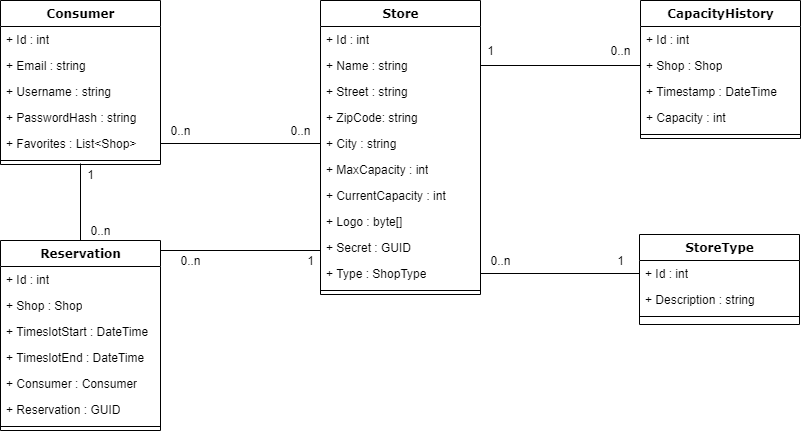
The draw.io diagram images/domain-model.png in seinol/capwatch-documentation, before a commit. Source tidied: cells renumbered, new cells last; positions are measured from the earlier drawing's top-left corner, leaving out a move shared by most shapes.
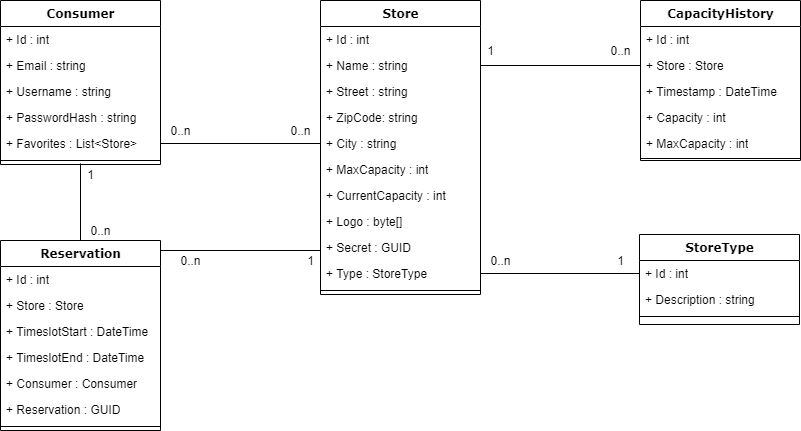
Later version of the same file.

Diff of the diagram source:
```diff
@@ -32,7 +32,7 @@
     <mxCell id="11" value="+ Secret : GUID" style="text;html=1;strokeColor=none;fillColor=none;align=left;verticalAlign=top;spacingLeft=4;spacingRight=4;whiteSpace=wrap;overflow=hidden;" parent="2" vertex="1">
       <mxGeometry y="234" width="160" height="26" as="geometry" />
     </mxCell>
-    <mxCell id="12" value="+ Type : ShopType" style="text;html=1;strokeColor=none;fillColor=none;align=left;verticalAlign=top;spacingLeft=4;spacingRight=4;whiteSpace=wrap;overflow=hidden;points=[[0,0.5],[1,0.5]];portConstraint=eastwest;" parent="2" vertex="1">
+    <mxCell id="12" value="+ Type : StoreType" style="text;html=1;strokeColor=none;fillColor=none;align=left;verticalAlign=top;spacingLeft=4;spacingRight=4;whiteSpace=wrap;overflow=hidden;points=[[0,0.5],[1,0.5]];portConstraint=eastwest;" parent="2" vertex="1">
       <mxGeometry y="260" width="160" height="26" as="geometry" />
     </mxCell>
     <mxCell id="13" style="line;html=1;strokeWidth=1;fillColor=none;align=left;verticalAlign=middle;spacingTop=-1;spacingLeft=3;spacingRight=3;labelPosition=right;" parent="2" vertex="1">
@@ -53,7 +53,7 @@
     <mxCell id="18" value="+ PasswordHash&amp;nbsp;: string" style="text;html=1;strokeColor=none;fillColor=none;align=left;verticalAlign=top;spacingLeft=4;spacingRight=4;whiteSpace=wrap;overflow=hidden;" parent="14" vertex="1">
       <mxGeometry y="104" width="160" height="26" as="geometry" />
     </mxCell>
-    <mxCell id="19" value="+ Favorites : List&amp;lt;Shop&amp;gt;" style="text;html=1;strokeColor=none;fillColor=none;align=left;verticalAlign=top;spacingLeft=4;spacingRight=4;whiteSpace=wrap;overflow=hidden;points=[[0,0.5],[1,0.5]];portConstraint=eastwest;" parent="14" vertex="1">
+    <mxCell id="19" value="+ Favorites : List&amp;lt;Store&amp;gt;" style="text;html=1;strokeColor=none;fillColor=none;align=left;verticalAlign=top;spacingLeft=4;spacingRight=4;whiteSpace=wrap;overflow=hidden;points=[[0,0.5],[1,0.5]];portConstraint=eastwest;" parent="14" vertex="1">
       <mxGeometry y="130" width="160" height="26" as="geometry" />
     </mxCell>
     <mxCell id="20" style="line;html=1;strokeWidth=1;fillColor=none;align=left;verticalAlign=middle;spacingTop=-1;spacingLeft=3;spacingRight=3;labelPosition=right;points=[];portConstraint=eastwest;" parent="14" vertex="1">
@@ -63,12 +63,12 @@
       <mxGeometry relative="1" as="geometry" />
     </mxCell>
     <mxCell id="22" value="CapacityHistory" style="swimlane;html=1;fontStyle=1;align=center;verticalAlign=top;horizontal=1;startSize=26;swimlaneFillColor=#ffffff;rounded=0;shadow=0;comic=0;labelBackgroundColor=none;strokeWidth=1;fillColor=none;fontFamily=Verdana;fontSize=12;" parent="1" vertex="1">
-      <mxGeometry x="640" width="160" height="138" as="geometry" />
+      <mxGeometry x="640" width="160" height="160" as="geometry" />
     </mxCell>
     <mxCell id="23" value="+ Id : int" style="text;html=1;strokeColor=none;fillColor=none;align=left;verticalAlign=top;spacingLeft=4;spacingRight=4;whiteSpace=wrap;overflow=hidden;" parent="22" vertex="1">
       <mxGeometry y="26" width="160" height="26" as="geometry" />
     </mxCell>
-    <mxCell id="24" value="+ Shop : Shop" style="text;html=1;strokeColor=none;fillColor=none;align=left;verticalAlign=top;spacingLeft=4;spacingRight=4;whiteSpace=wrap;overflow=hidden;points=[[0,0.5],[1,0.5]];portConstraint=eastwest;" parent="22" vertex="1">
+    <mxCell id="24" value="+ Store : Store" style="text;html=1;strokeColor=none;fillColor=none;align=left;verticalAlign=top;spacingLeft=4;spacingRight=4;whiteSpace=wrap;overflow=hidden;points=[[0,0.5],[1,0.5]];portConstraint=eastwest;" parent="22" vertex="1">
       <mxGeometry y="52" width="160" height="26" as="geometry" />
     </mxCell>
     <mxCell id="25" value="+ Timestamp : DateTime" style="text;html=1;strokeColor=none;fillColor=none;align=left;verticalAlign=top;spacingLeft=4;spacingRight=4;whiteSpace=wrap;overflow=hidden;" parent="22" vertex="1">
@@ -77,8 +77,11 @@
     <mxCell id="26" value="+ Capacity : int" style="text;html=1;strokeColor=none;fillColor=none;align=left;verticalAlign=top;spacingLeft=4;spacingRight=4;whiteSpace=wrap;overflow=hidden;" parent="22" vertex="1">
       <mxGeometry y="104" width="160" height="26" as="geometry" />
     </mxCell>
+    <mxCell id="54" value="+ MaxCapacity : int" style="text;html=1;strokeColor=none;fillColor=none;align=left;verticalAlign=top;spacingLeft=4;spacingRight=4;whiteSpace=wrap;overflow=hidden;" parent="22" vertex="1">
+      <mxGeometry y="130" width="160" height="26" as="geometry" />
+    </mxCell>
     <mxCell id="27" style="line;html=1;strokeWidth=1;fillColor=none;align=left;verticalAlign=middle;spacingTop=-1;spacingLeft=3;spacingRight=3;labelPosition=right;" parent="22" vertex="1">
-      <mxGeometry y="130" width="160" height="8" as="geometry" />
+      <mxGeometry y="156" width="160" height="4" as="geometry" />
     </mxCell>
     <mxCell id="28" style="endArrow=none;html=1;exitX=0;exitY=0.5;exitDx=0;exitDy=0;entryX=1;entryY=0.5;entryDx=0;entryDy=0;startArrow=none;startFill=0;endFill=0;" parent="1" edge="1" source="24" target="4">
       <mxGeometry relative="1" as="geometry" />
@@ -89,7 +92,7 @@
     <mxCell id="30" value="+ Id : int" style="text;html=1;strokeColor=none;fillColor=none;align=left;verticalAlign=top;spacingLeft=4;spacingRight=4;whiteSpace=wrap;overflow=hidden;" parent="29" vertex="1">
       <mxGeometry y="26" width="160" height="26" as="geometry" />
     </mxCell>
-    <mxCell id="31" value="+ Shop : Shop" style="text;html=1;strokeColor=none;fillColor=none;align=left;verticalAlign=top;spacingLeft=4;spacingRight=4;whiteSpace=wrap;overflow=hidden;" parent="29" vertex="1">
+    <mxCell id="31" value="+ Store : Store" style="text;html=1;strokeColor=none;fillColor=none;align=left;verticalAlign=top;spacingLeft=4;spacingRight=4;whiteSpace=wrap;overflow=hidden;" parent="29" vertex="1">
       <mxGeometry y="52" width="160" height="26" as="geometry" />
     </mxCell>
     <mxCell id="32" value="+ TimeslotStart : DateTime" style="text;html=1;strokeColor=none;fillColor=none;align=left;verticalAlign=top;spacingLeft=4;spacingRight=4;whiteSpace=wrap;overflow=hidden;" parent="29" vertex="1">
```
